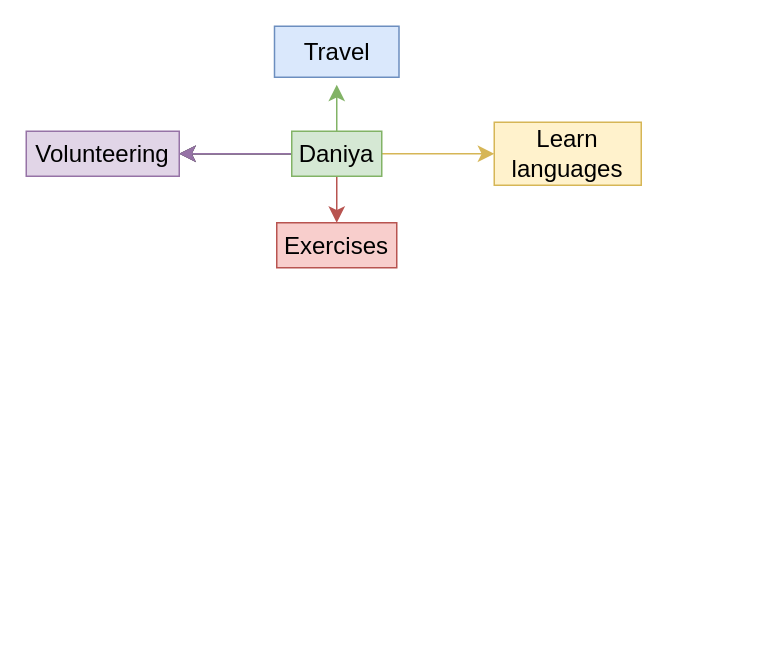
The draw.io diagram Capstone.drawio in DaniyaYelemessova/Capstone-Brainstorming, before the edit. Source tidied: cells renumbered, new cells numbered last; positions are measured from the earlier drawing's top-left corner, leaving out a move shared by most shapes. Both pictures are drawn from the tidied source at 150%, with x=0, y=0 at pixel (26, 26).
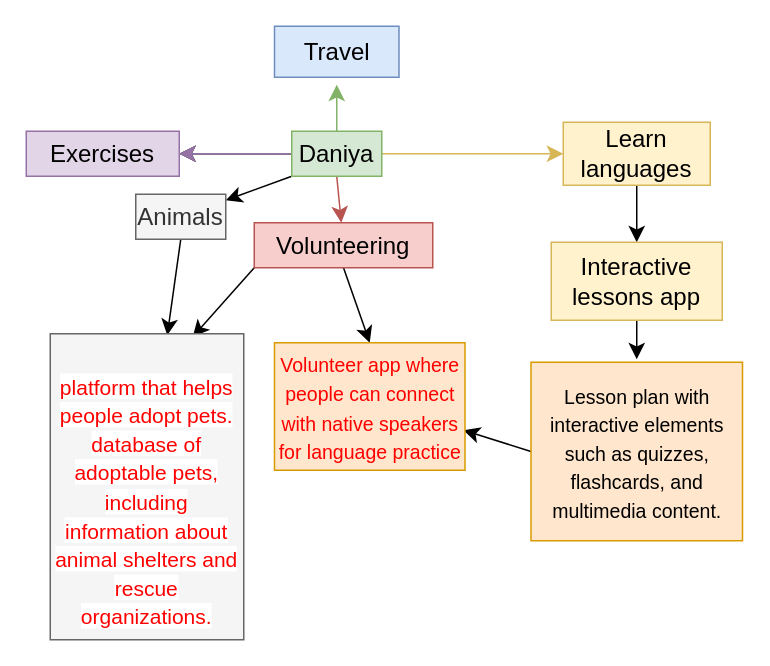
The same diagram, later.

Unchanged cells that the change refers to:
```xml
<mxCell id="7" value="Daniya" style="text;strokeColor=#82b366;fillColor=#d5e8d4;html=1;align=center;verticalAlign=middle;whiteSpace=wrap;rounded=0;fontSize=16;" parent="1" vertex="1">
  <mxGeometry x="177" y="70" width="60" height="30" as="geometry" />
</mxCell>
```

Change to the diagram source:
```diff
@@
     <mxCell id="3" style="edgeStyle=none;curved=1;rounded=0;jettySize=auto;html=1;exitX=1;exitY=0.5;exitDx=0;exitDy=0;fontSize=12;startSize=8;endSize=8;fillColor=#fff2cc;strokeColor=#d6b656;" parent="1" edge="1" source="7" target="9">
-      <mxGeometry relative="1" as="geometry" />
+      <mxGeometry relative="1" as="geometry">
+        <Array as="points">
+          <mxPoint x="327" y="85" />
+        </Array>
+      </mxGeometry>
     </mxCell>
@@
+    <mxCell id="12" style="edgeStyle=none;curved=1;rounded=0;jettySize=auto;html=1;exitX=0;exitY=1;exitDx=0;exitDy=0;fontSize=12;startSize=8;endSize=8;" parent="1" edge="1" source="7" target="22">
+      <mxGeometry relative="1" as="geometry" />
+    </mxCell>
@@
+    <mxCell id="13" style="edgeStyle=none;curved=1;rounded=0;jettySize=auto;html=1;exitX=0.5;exitY=1;exitDx=0;exitDy=0;entryX=0.5;entryY=0;entryDx=0;entryDy=0;fontSize=12;startSize=8;endSize=8;" parent="1" edge="1" source="9" target="17">
+      <mxGeometry relative="1" as="geometry" />
+    </mxCell>
     <mxCell id="9" value="Learn languages" style="text;strokeColor=#d6b656;fillColor=#fff2cc;html=1;align=center;verticalAlign=middle;whiteSpace=wrap;rounded=0;fontSize=16;" parent="1" vertex="1">
-      <mxGeometry x="312" y="64" width="98" height="42" as="geometry" />
+      <mxGeometry x="358" y="64" width="98" height="42" as="geometry" />
     </mxCell>
+    <mxCell id="14" style="edgeStyle=none;curved=1;rounded=0;jettySize=auto;html=1;exitX=0.5;exitY=1;exitDx=0;exitDy=0;fontSize=12;startSize=8;endSize=8;entryX=0.5;entryY=0;entryDx=0;entryDy=0;" parent="1" edge="1" source="10" target="20">
+      <mxGeometry relative="1" as="geometry" />
+    </mxCell>
+    <mxCell id="15" style="edgeStyle=none;curved=1;rounded=0;jettySize=auto;html=1;exitX=0;exitY=1;exitDx=0;exitDy=0;fontSize=12;startSize=8;endSize=8;" parent="1" edge="1" source="10">
+      <mxGeometry relative="1" as="geometry">
+        <mxPoint x="111" y="207" as="targetPoint" />
+      </mxGeometry>
+    </mxCell>
-    <mxCell id="10" value="Exercises" style="text;strokeColor=#b85450;fillColor=#f8cecc;html=1;align=center;verticalAlign=middle;whiteSpace=wrap;rounded=0;fontSize=16;" parent="1" vertex="1">
-      <mxGeometry x="167" y="131" width="80" height="30" as="geometry" />
+    <mxCell id="10" value="Volunteering" style="text;strokeColor=#b85450;fillColor=#f8cecc;html=1;align=center;verticalAlign=middle;whiteSpace=wrap;rounded=0;fontSize=16;" parent="1" vertex="1">
+      <mxGeometry x="152" y="131" width="119" height="30" as="geometry" />
     </mxCell>
-    <mxCell id="11" value="Volunteering" style="text;strokeColor=#9673a6;fillColor=#e1d5e7;html=1;align=center;verticalAlign=middle;whiteSpace=wrap;rounded=0;fontSize=16;" parent="1" vertex="1">
+    <mxCell id="11" value="Exercises" style="text;strokeColor=#9673a6;fillColor=#e1d5e7;html=1;align=center;verticalAlign=middle;whiteSpace=wrap;rounded=0;fontSize=16;" parent="1" vertex="1">
       <mxGeometry y="70" width="102" height="30" as="geometry" />
     </mxCell>
+    <mxCell id="16" style="edgeStyle=none;curved=1;rounded=0;jettySize=auto;html=1;exitX=0.5;exitY=1;exitDx=0;exitDy=0;fontSize=12;startSize=8;endSize=8;" parent="1" edge="1" source="17">
+      <mxGeometry relative="1" as="geometry">
+        <mxPoint x="407" y="222" as="targetPoint" />
+      </mxGeometry>
+    </mxCell>
+    <mxCell id="17" value="&lt;div&gt;Interactive&lt;/div&gt;&lt;div&gt;lessons app&lt;br&gt;&lt;/div&gt;" style="text;strokeColor=#d6b656;fillColor=#fff2cc;html=1;align=center;verticalAlign=middle;whiteSpace=wrap;rounded=0;fontSize=16;" parent="1" vertex="1">
+      <mxGeometry x="350" y="144" width="114" height="52" as="geometry" />
+    </mxCell>
+    <mxCell id="18" style="edgeStyle=none;curved=1;rounded=0;jettySize=auto;html=1;exitX=0;exitY=0.5;exitDx=0;exitDy=0;fontSize=12;startSize=8;endSize=8;" parent="1" edge="1" source="19">
+      <mxGeometry relative="1" as="geometry">
+        <mxPoint x="291.5" y="269.3" as="targetPoint" />
+      </mxGeometry>
+    </mxCell>
+    <mxCell id="19" value="&lt;font style=&quot;font-size: 13px;&quot;&gt;Lesson plan with interactive elements such as quizzes, flashcards, and multimedia content.&lt;/font&gt;" style="text;strokeColor=#d79b00;fillColor=#ffe6cc;html=1;align=center;verticalAlign=middle;whiteSpace=wrap;rounded=0;fontSize=16;" parent="1" vertex="1">
+      <mxGeometry x="336.5" y="224" width="141" height="119" as="geometry" />
+    </mxCell>
+    <mxCell id="20" value="&lt;font color=&quot;#ff0000&quot; style=&quot;font-size: 13px;&quot;&gt;&lt;br&gt;&lt;font style=&quot;font-size: 13px;&quot;&gt;Volunteer app where people can connect with native speakers for language practice&lt;/font&gt;&lt;br&gt;&lt;br&gt;&lt;/font&gt;" style="text;strokeColor=#d79b00;fillColor=#ffe6cc;html=1;align=center;verticalAlign=middle;whiteSpace=wrap;rounded=0;fontSize=16;" parent="1" vertex="1">
+      <mxGeometry x="165.5" y="211" width="127" height="85" as="geometry" />
+    </mxCell>
+    <mxCell id="21" style="edgeStyle=none;curved=1;rounded=0;jettySize=auto;html=1;exitX=0.5;exitY=1;exitDx=0;exitDy=0;fontSize=12;startSize=8;endSize=8;" parent="1" edge="1" source="22">
+      <mxGeometry relative="1" as="geometry">
+        <mxPoint x="94" y="206" as="targetPoint" />
+      </mxGeometry>
+    </mxCell>
+    <mxCell id="22" value="Animals" style="text;strokeColor=#666666;fillColor=#f5f5f5;html=1;align=center;verticalAlign=middle;whiteSpace=wrap;rounded=0;fontSize=16;fontColor=#333333;" parent="1" vertex="1">
+      <mxGeometry x="73" y="112" width="60" height="30" as="geometry" />
+    </mxCell>
+    <mxCell id="23" value="&lt;font style=&quot;background-color: rgb(255, 255, 255);&quot; color=&quot;#ff0000&quot;&gt;&lt;br&gt;&lt;font style=&quot;font-size: 14px;&quot;&gt;platform that helps people adopt pets. database of adoptable pets, including information about animal shelters and rescue organizations.&lt;/font&gt;&lt;br&gt;&lt;/font&gt;" style="text;strokeColor=#666666;fillColor=#f5f5f5;html=1;align=center;verticalAlign=middle;whiteSpace=wrap;rounded=0;fontSize=16;fontColor=#333333;" parent="1" vertex="1">
+      <mxGeometry x="16" y="205" width="129" height="204" as="geometry" />
+    </mxCell>
```
